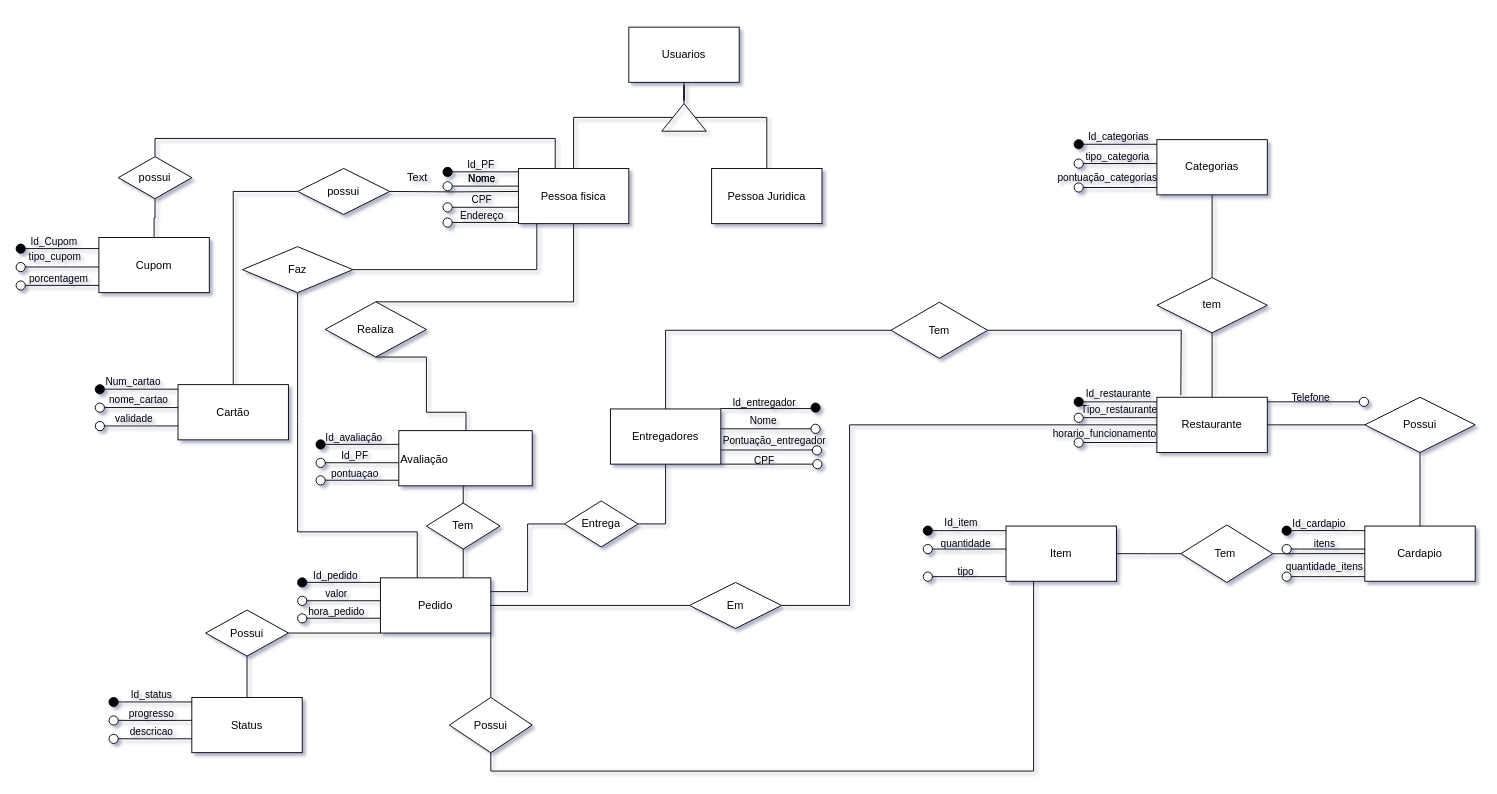
Earlier version of the draw.io diagram Untitled Diagram.drawio (mariaeduaruda/BD-1-atividade). Source tidied: cells renumbered, new cells numbered last; positions are measured from the earlier drawing's top-left corner, leaving out a move shared by most shapes. Both pictures are drawn from the tidied source at 92%, with x=0, y=0 at pixel (16, 27).
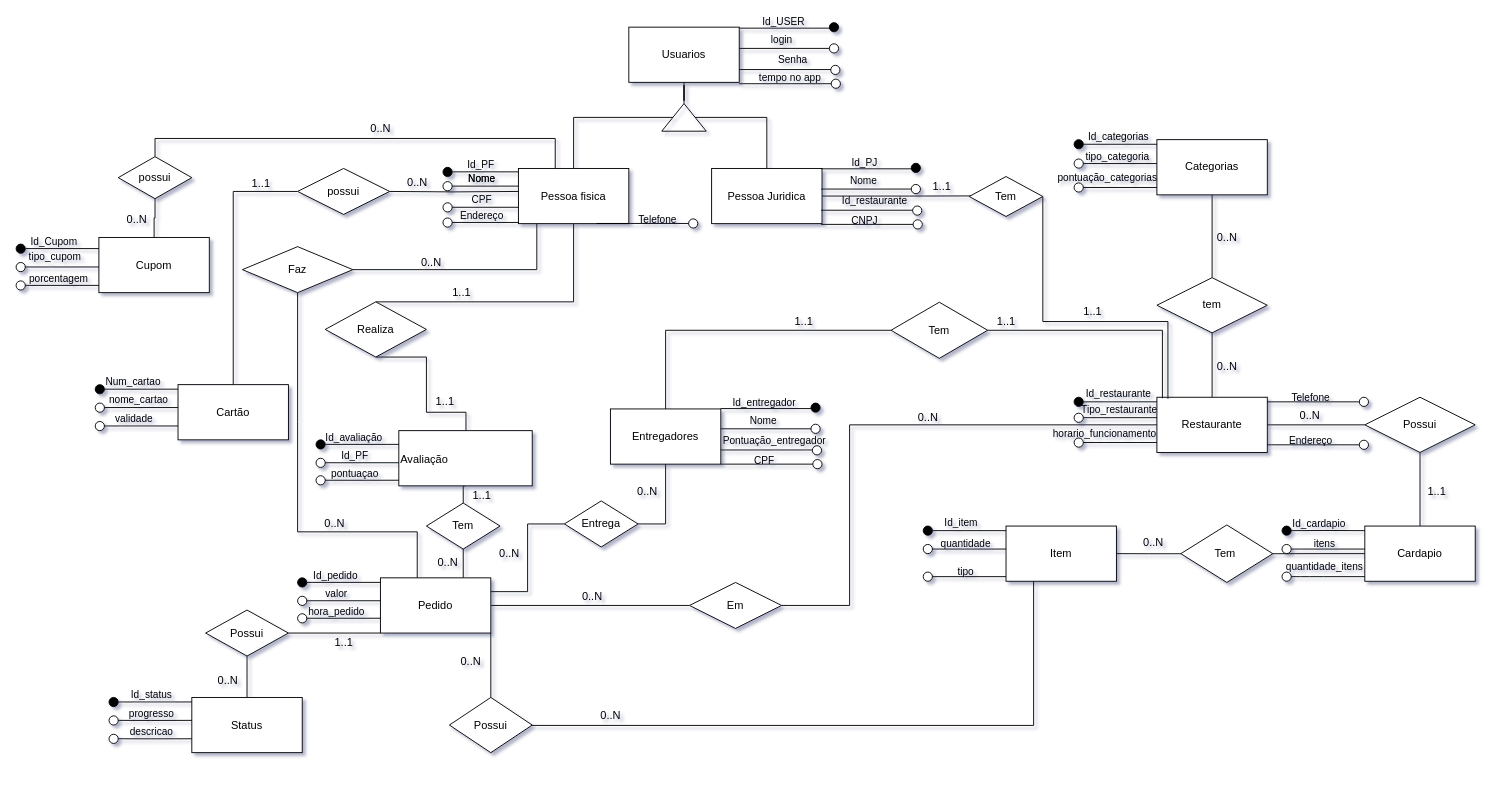
The same diagram, later.

Unchanged cells that the change refers to:
```xml
<mxCell id="9" value="Restaurante" style="whiteSpace=wrap;html=1;rounded=0;" parent="1" vertex="1">
  <mxGeometry x="1240" y="402.3" width="120" height="60" as="geometry" />
</mxCell>
<mxCell id="16" value="Item" style="whiteSpace=wrap;html=1;rounded=0;" parent="1" vertex="1">
  <mxGeometry x="1076" y="542.3" width="120" height="60" as="geometry" />
</mxCell>
<mxCell id="38" value="Possui" style="rhombus;whiteSpace=wrap;html=1;align=center;" parent="1" vertex="1">
  <mxGeometry x="471" y="728.6" width="90" height="60" as="geometry" />
</mxCell>
<mxCell id="166" value="Tem" style="rhombus;whiteSpace=wrap;html=1;" parent="1" vertex="1">
  <mxGeometry x="951" y="299" width="105" height="61" as="geometry" />
</mxCell>
<mxCell id="167" value="Pessoa Juridica" style="whiteSpace=wrap;html=1;rounded=0;" parent="1" vertex="1">
  <mxGeometry x="756" y="153.6" width="120" height="60" as="geometry" />
</mxCell>
```

The edit, as a diff of the source:
```diff
@@
     <mxCell id="37" style="edgeStyle=orthogonalEdgeStyle;rounded=0;jettySize=auto;html=1;exitX=0.5;exitY=1;exitDx=0;exitDy=0;entryX=0.25;entryY=1;entryDx=0;entryDy=0;endArrow=none;endFill=0;" parent="1" edge="1" source="38" target="16">
-      <mxGeometry relative="1" as="geometry" />
+      <mxGeometry relative="1" as="geometry">
+        <Array as="points">
+          <mxPoint x="516" y="759" />
+          <mxPoint x="1106" y="759" />
+        </Array>
+      </mxGeometry>
     </mxCell>
@@
-    <mxCell id="162" value="Text" style="text;html=1;align=center;verticalAlign=middle;strokeColor=none;fillColor=none;" parent="1" vertex="1">
-      <mxGeometry x="416" y="153.6" width="40" height="20" as="geometry" />
+    <mxCell id="162" value="0..N" style="text;html=1;align=center;verticalAlign=middle;strokeColor=none;fillColor=none;" parent="1" vertex="1">
+      <mxGeometry x="416" y="159.3" width="40" height="20" as="geometry" />
     </mxCell>
@@
-    <mxCell id="165" style="edgeStyle=orthogonalEdgeStyle;rounded=0;jettySize=auto;html=1;exitX=1;exitY=0.5;exitDx=0;exitDy=0;endArrow=none;endFill=0;" parent="1" edge="1" source="166">
-      <mxGeometry relative="1" as="geometry">
-        <mxPoint x="1266" y="400" as="targetPoint" />
-      </mxGeometry>
-    </mxCell>
+    <mxCell id="168" style="edgeStyle=orthogonalEdgeStyle;rounded=0;jettySize=auto;html=1;exitX=1;exitY=0.5;exitDx=0;exitDy=0;endArrow=none;endFill=0;entryX=0.05;entryY=0.017;entryDx=0;entryDy=0;entryPerimeter=0;" parent="1" edge="1" source="166" target="9">
+      <mxGeometry relative="1" as="geometry">
+        <Array as="points">
+          <mxPoint x="1246" y="330" />
+        </Array>
+      </mxGeometry>
+    </mxCell>
@@
+    <mxCell id="169" style="edgeStyle=orthogonalEdgeStyle;rounded=0;jettySize=auto;html=1;exitX=1;exitY=0.5;exitDx=0;exitDy=0;endArrow=none;endFill=0;" parent="1" edge="1" source="167">
+      <mxGeometry relative="1" as="geometry">
+        <mxPoint x="1066" y="183.4" as="targetPoint" />
+      </mxGeometry>
+    </mxCell>
@@
+    <mxCell id="170" style="endArrow=none;html=1;rounded=0;" parent="1" edge="1">
+      <mxGeometry relative="1" as="geometry">
+        <mxPoint x="875" y="199" as="sourcePoint" />
+        <mxPoint x="975" y="199" as="targetPoint" />
+      </mxGeometry>
+    </mxCell>
+    <mxCell id="171" style="endArrow=none;html=1;rounded=0;" parent="1" edge="1">
+      <mxGeometry relative="1" as="geometry">
+        <mxPoint x="875" y="176" as="sourcePoint" />
+        <mxPoint x="975" y="176" as="targetPoint" />
+      </mxGeometry>
+    </mxCell>
+    <mxCell id="172" style="endArrow=none;html=1;rounded=0;" parent="1" edge="1">
+      <mxGeometry relative="1" as="geometry">
+        <mxPoint x="875" y="154" as="sourcePoint" />
+        <mxPoint x="975" y="154" as="targetPoint" />
+      </mxGeometry>
+    </mxCell>
+    <mxCell id="173" style="ellipse;whiteSpace=wrap;html=1;rounded=0;fillColor=#000000;" parent="1" vertex="1">
+      <mxGeometry x="973" y="148" width="10" height="10" as="geometry" />
+    </mxCell>
+    <mxCell id="174" style="ellipse;whiteSpace=wrap;html=1;rounded=0;" parent="1" vertex="1">
+      <mxGeometry x="973" y="171" width="10" height="10" as="geometry" />
+    </mxCell>
+    <mxCell id="175" style="ellipse;whiteSpace=wrap;html=1;rounded=0;" parent="1" vertex="1">
+      <mxGeometry x="974.5" y="194.4" width="10" height="10" as="geometry" />
+    </mxCell>
+    <mxCell id="176" value="Id_PJ" style="edgeLabel;html=1;align=center;verticalAlign=middle;labelBackgroundColor=none;" parent="1" vertex="1">
+      <mxGeometry x="921" y="146.4" as="geometry" />
+    </mxCell>
+    <mxCell id="177" value="Nome" style="edgeLabel;html=1;align=center;verticalAlign=middle;labelBackgroundColor=none;" parent="1" vertex="1">
+      <mxGeometry x="920" y="166.4" as="geometry" />
+    </mxCell>
+    <mxCell id="178" value="Id_restaurante" style="edgeLabel;html=1;align=center;verticalAlign=middle;labelBackgroundColor=none;" parent="1" vertex="1">
+      <mxGeometry x="932" y="188.4" as="geometry" />
+    </mxCell>
+    <mxCell id="179" style="ellipse;whiteSpace=wrap;html=1;rounded=0;" parent="1" vertex="1">
+      <mxGeometry x="975" y="209.4" width="10" height="10" as="geometry" />
+    </mxCell>
+    <mxCell id="180" value="CNPJ" style="edgeLabel;html=1;align=center;verticalAlign=middle;labelBackgroundColor=none;" parent="1" vertex="1">
+      <mxGeometry x="921" y="209.4" as="geometry" />
+    </mxCell>
+    <mxCell id="181" style="endArrow=none;html=1;rounded=0;" parent="1" edge="1">
+      <mxGeometry relative="1" as="geometry">
+        <mxPoint x="875" y="214.4" as="sourcePoint" />
+        <mxPoint x="975" y="214.4" as="targetPoint" />
+      </mxGeometry>
+    </mxCell>
+    <mxCell id="182" style="endArrow=none;html=1;rounded=0;" parent="1" edge="1">
+      <mxGeometry relative="1" as="geometry">
+        <mxPoint x="786" y="46.1" as="sourcePoint" />
+        <mxPoint x="886" y="46.1" as="targetPoint" />
+      </mxGeometry>
+    </mxCell>
+    <mxCell id="183" style="endArrow=none;html=1;rounded=0;" parent="1" edge="1">
+      <mxGeometry relative="1" as="geometry">
+        <mxPoint x="786" y="23.1" as="sourcePoint" />
+        <mxPoint x="886" y="23.1" as="targetPoint" />
+      </mxGeometry>
+    </mxCell>
+    <mxCell id="184" style="endArrow=none;html=1;rounded=0;" parent="1" edge="1">
+      <mxGeometry relative="1" as="geometry">
+        <mxPoint x="786" y="1.1" as="sourcePoint" />
+        <mxPoint x="886" y="1.1" as="targetPoint" />
+      </mxGeometry>
+    </mxCell>
+    <mxCell id="185" style="ellipse;whiteSpace=wrap;html=1;rounded=0;fillColor=#000000;" parent="1" vertex="1">
+      <mxGeometry x="884" y="-4.9" width="10" height="10" as="geometry" />
+    </mxCell>
+    <mxCell id="186" style="ellipse;whiteSpace=wrap;html=1;rounded=0;" parent="1" vertex="1">
+      <mxGeometry x="884" y="18.1" width="10" height="10" as="geometry" />
+    </mxCell>
+    <mxCell id="187" style="ellipse;whiteSpace=wrap;html=1;rounded=0;" parent="1" vertex="1">
+      <mxGeometry x="885.5" y="41.5" width="10" height="10" as="geometry" />
+    </mxCell>
+    <mxCell id="188" value="Id_USER" style="edgeLabel;html=1;align=center;verticalAlign=middle;labelBackgroundColor=none;" parent="1" vertex="1">
+      <mxGeometry x="832" y="-6.5" as="geometry">
+        <mxPoint x="1" as="offset" />
+      </mxGeometry>
+    </mxCell>
+    <mxCell id="189" value="login" style="edgeLabel;html=1;align=center;verticalAlign=middle;labelBackgroundColor=none;" parent="1" vertex="1">
+      <mxGeometry x="831" y="13.5" as="geometry" />
+    </mxCell>
+    <mxCell id="190" value="Senha" style="edgeLabel;html=1;align=center;verticalAlign=middle;labelBackgroundColor=none;" parent="1" vertex="1">
+      <mxGeometry x="843" y="35.5" as="geometry" />
+    </mxCell>
+    <mxCell id="191" style="ellipse;whiteSpace=wrap;html=1;rounded=0;" parent="1" vertex="1">
+      <mxGeometry x="886" y="56.5" width="10" height="10" as="geometry" />
+    </mxCell>
+    <mxCell id="192" value="tempo no app" style="edgeLabel;html=1;align=center;verticalAlign=middle;labelBackgroundColor=none;" parent="1" vertex="1">
+      <mxGeometry x="831" y="54.5" as="geometry">
+        <mxPoint x="9" as="offset" />
+      </mxGeometry>
+    </mxCell>
+    <mxCell id="193" style="endArrow=none;html=1;rounded=0;" parent="1" edge="1">
+      <mxGeometry relative="1" as="geometry">
+        <mxPoint x="786" y="61.5" as="sourcePoint" />
+        <mxPoint x="886" y="61.5" as="targetPoint" />
+      </mxGeometry>
+    </mxCell>
+    <mxCell id="194" style="edgeStyle=orthogonalEdgeStyle;rounded=0;jettySize=auto;html=1;exitX=1;exitY=0.5;exitDx=0;exitDy=0;entryX=0.1;entryY=0.028;entryDx=0;entryDy=0;entryPerimeter=0;endArrow=none;endFill=0;" parent="1" edge="1" source="195" target="9">
+      <mxGeometry relative="1" as="geometry">
+        <Array as="points">
+          <mxPoint x="1116" y="320" />
+          <mxPoint x="1252" y="320" />
+        </Array>
+      </mxGeometry>
+    </mxCell>
+    <mxCell id="195" value="Tem" style="rhombus;whiteSpace=wrap;html=1;" parent="1" vertex="1">
+      <mxGeometry x="1036" y="162.4" width="80" height="43.4" as="geometry" />
+    </mxCell>
+    <mxCell id="196" style="ellipse;whiteSpace=wrap;html=1;rounded=0;" parent="1" vertex="1">
+      <mxGeometry x="731" y="208.4" width="10" height="10" as="geometry" />
+    </mxCell>
+    <mxCell id="197" value="Telefone" style="edgeLabel;html=1;align=center;verticalAlign=middle;labelBackgroundColor=none;" parent="1" vertex="1">
+      <mxGeometry x="696" y="208.4" as="geometry" />
+    </mxCell>
+    <mxCell id="198" style="endArrow=none;html=1;rounded=0;" parent="1" edge="1">
+      <mxGeometry relative="1" as="geometry">
+        <mxPoint x="631" y="213.4" as="sourcePoint" />
+        <mxPoint x="731" y="213.4" as="targetPoint" />
+      </mxGeometry>
+    </mxCell>
+    <mxCell id="199" value="1..1" style="text;html=1;align=center;verticalAlign=middle;strokeColor=none;fillColor=none;" parent="1" vertex="1">
+      <mxGeometry x="246" y="160" width="40" height="20" as="geometry" />
+    </mxCell>
+    <mxCell id="200" value="1..1" style="text;html=1;align=center;verticalAlign=middle;strokeColor=none;fillColor=none;" parent="1" vertex="1">
+      <mxGeometry x="1150" y="298.6" width="40" height="20" as="geometry" />
+    </mxCell>
+    <mxCell id="201" value="1..1" style="text;html=1;align=center;verticalAlign=middle;strokeColor=none;fillColor=none;" parent="1" vertex="1">
+      <mxGeometry x="446" y="397" width="40" height="20" as="geometry" />
+    </mxCell>
+    <mxCell id="202" value="1..1" style="text;html=1;align=center;verticalAlign=middle;strokeColor=none;fillColor=none;" parent="1" vertex="1">
+      <mxGeometry x="464" y="279" width="40" height="20" as="geometry" />
+    </mxCell>
+    <mxCell id="203" value="1..1" style="text;html=1;align=center;verticalAlign=middle;strokeColor=none;fillColor=none;" parent="1" vertex="1">
+      <mxGeometry x="986" y="164.3" width="40" height="20" as="geometry" />
+    </mxCell>
+    <mxCell id="204" value="0..N" style="text;html=1;align=center;verticalAlign=middle;strokeColor=none;fillColor=none;" parent="1" vertex="1">
+      <mxGeometry x="376" y="100" width="40" height="20" as="geometry" />
+    </mxCell>
+    <mxCell id="205" value="0..N" style="text;html=1;align=center;verticalAlign=middle;strokeColor=none;fillColor=none;" parent="1" vertex="1">
+      <mxGeometry x="111" y="199.4" width="40" height="20" as="geometry" />
+    </mxCell>
+    <mxCell id="206" value="0..N" style="text;html=1;align=center;verticalAlign=middle;strokeColor=none;fillColor=none;" parent="1" vertex="1">
+      <mxGeometry x="431" y="245.8" width="40" height="20" as="geometry" />
+    </mxCell>
+    <mxCell id="207" value="0..N" style="text;html=1;align=center;verticalAlign=middle;strokeColor=none;fillColor=none;" parent="1" vertex="1">
+      <mxGeometry x="326" y="530" width="40" height="20" as="geometry" />
+    </mxCell>
+    <mxCell id="208" value="1..1" style="text;html=1;align=center;verticalAlign=middle;strokeColor=none;fillColor=none;" parent="1" vertex="1">
+      <mxGeometry x="1056" y="310" width="40" height="20" as="geometry" />
+    </mxCell>
+    <mxCell id="209" value="1..1" style="text;html=1;align=center;verticalAlign=middle;strokeColor=none;fillColor=none;" parent="1" vertex="1">
+      <mxGeometry x="836" y="310" width="40" height="20" as="geometry" />
+    </mxCell>
+    <mxCell id="210" value="0..N" style="text;html=1;align=center;verticalAlign=middle;strokeColor=none;fillColor=none;" parent="1" vertex="1">
+      <mxGeometry x="666" y="495" width="40" height="20" as="geometry" />
+    </mxCell>
+    <mxCell id="211" value="0..N" style="text;html=1;align=center;verticalAlign=middle;strokeColor=none;fillColor=none;" parent="1" vertex="1">
+      <mxGeometry x="516" y="562.3" width="40" height="20" as="geometry" />
+    </mxCell>
+    <mxCell id="212" value="0..N" style="text;html=1;align=center;verticalAlign=middle;strokeColor=none;fillColor=none;" parent="1" vertex="1">
+      <mxGeometry x="449" y="572.3" width="40" height="20" as="geometry" />
+    </mxCell>
+    <mxCell id="213" value="1..1" style="text;html=1;align=center;verticalAlign=middle;strokeColor=none;fillColor=none;" parent="1" vertex="1">
+      <mxGeometry x="486" y="498.6" width="40" height="20" as="geometry" />
+    </mxCell>
+    <mxCell id="214" value="0..N" style="text;html=1;align=center;verticalAlign=middle;strokeColor=none;fillColor=none;" parent="1" vertex="1">
+      <mxGeometry x="606" y="608.6" width="40" height="20" as="geometry" />
+    </mxCell>
+    <mxCell id="215" value="0..N" style="text;html=1;align=center;verticalAlign=middle;strokeColor=none;fillColor=none;" parent="1" vertex="1">
+      <mxGeometry x="971" y="415" width="40" height="20" as="geometry" />
+    </mxCell>
+    <mxCell id="216" value="0..N" style="text;html=1;align=center;verticalAlign=middle;strokeColor=none;fillColor=none;" parent="1" vertex="1">
+      <mxGeometry x="1296" y="219.4" width="40" height="20" as="geometry" />
+    </mxCell>
+    <mxCell id="217" value="0..N" style="text;html=1;align=center;verticalAlign=middle;strokeColor=none;fillColor=none;" parent="1" vertex="1">
+      <mxGeometry x="1296" y="358.6" width="40" height="20" as="geometry" />
+    </mxCell>
+    <mxCell id="218" value="0..N" style="text;html=1;align=center;verticalAlign=middle;strokeColor=none;fillColor=none;" parent="1" vertex="1">
+      <mxGeometry x="1216" y="550" width="40" height="20" as="geometry" />
+    </mxCell>
+    <mxCell id="219" value="0..N" style="text;html=1;align=center;verticalAlign=middle;strokeColor=none;fillColor=none;" parent="1" vertex="1">
+      <mxGeometry x="626" y="738.6" width="40" height="20" as="geometry" />
+    </mxCell>
+    <mxCell id="220" value="0..N" style="text;html=1;align=center;verticalAlign=middle;strokeColor=none;fillColor=none;" parent="1" vertex="1">
+      <mxGeometry x="474" y="680" width="40" height="20" as="geometry" />
+    </mxCell>
+    <mxCell id="221" value="0..N" style="text;html=1;align=center;verticalAlign=middle;strokeColor=none;fillColor=none;" parent="1" vertex="1">
+      <mxGeometry x="1386" y="412.3" width="40" height="20" as="geometry" />
+    </mxCell>
+    <mxCell id="222" value="1..1" style="text;html=1;align=center;verticalAlign=middle;strokeColor=none;fillColor=none;" parent="1" vertex="1">
+      <mxGeometry x="1524" y="495" width="40" height="20" as="geometry" />
+    </mxCell>
+    <mxCell id="223" value="1..1" style="text;html=1;align=center;verticalAlign=middle;strokeColor=none;fillColor=none;" parent="1" vertex="1">
+      <mxGeometry x="336" y="658.6" width="40" height="20" as="geometry" />
+    </mxCell>
+    <mxCell id="224" value="0..N" style="text;html=1;align=center;verticalAlign=middle;strokeColor=none;fillColor=none;" parent="1" vertex="1">
+      <mxGeometry x="210" y="700" width="40" height="20" as="geometry" />
+    </mxCell>
+    <mxCell id="225" style="ellipse;whiteSpace=wrap;html=1;rounded=0;" parent="1" vertex="1">
+      <mxGeometry x="1460" y="449" width="10" height="10" as="geometry" />
+    </mxCell>
+    <mxCell id="226" value="Endereço&lt;br&gt;" style="edgeLabel;html=1;align=center;verticalAlign=middle;labelBackgroundColor=none;" parent="1" vertex="1">
+      <mxGeometry x="1406" y="449" as="geometry" />
+    </mxCell>
+    <mxCell id="227" style="endArrow=none;html=1;rounded=0;" parent="1" edge="1">
+      <mxGeometry relative="1" as="geometry">
+        <mxPoint x="1360" y="454" as="sourcePoint" />
+        <mxPoint x="1460" y="454" as="targetPoint" />
+      </mxGeometry>
+    </mxCell>
```
